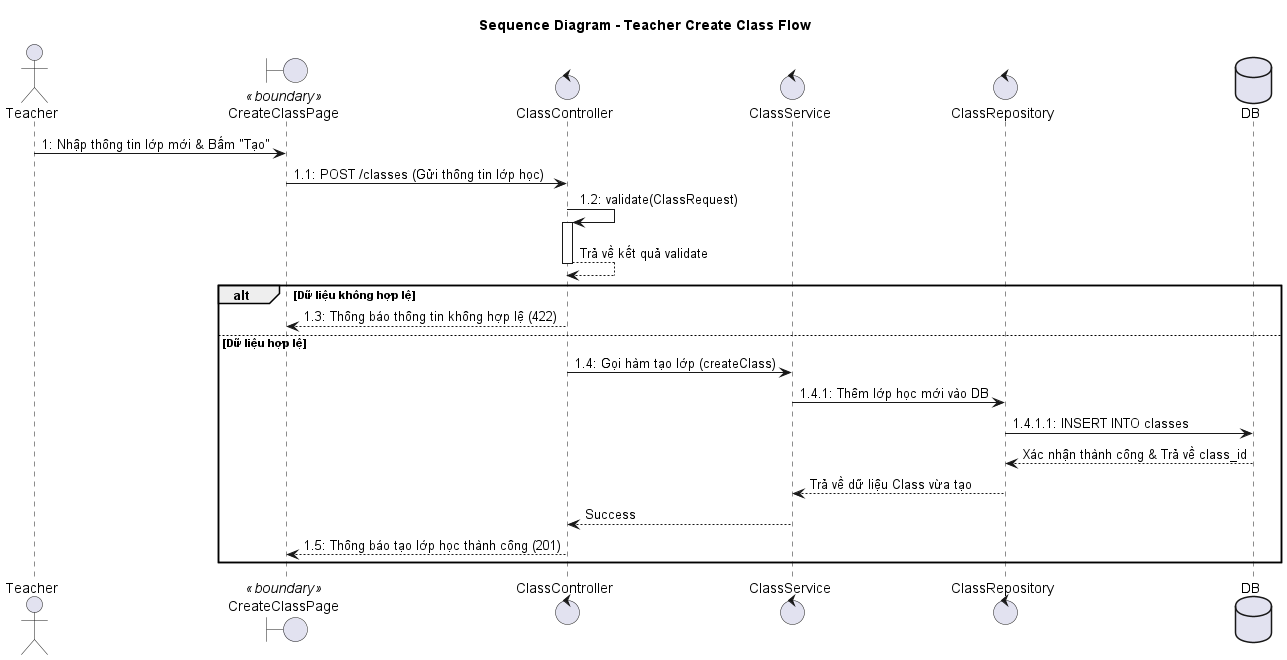
This is out/sequence/thêm lớp/create_class_sequence.png from Faythpromax/E-Learning, a PlantUML export, as it was before one commit. The source it was exported from:
```plantuml
@startuml create_class_sequence
title Sequence Diagram - Teacher Create Class Flow

actor Teacher
boundary "CreateClassPage" as UI <<boundary>>
control ClassController
control ClassService
control ClassRepository
database DB


Teacher -> UI: 1: Nhập thông tin lớp mới & Bấm "Tạo"
UI -> ClassController: 1.1: POST /classes (Gửi thông tin lớp học)

ClassController -> ClassController++: 1.2: validate(ClassRequest)
ClassController --> ClassController--: Trả về kết quả validate

alt Dữ liệu không hợp lệ
    ClassController --> UI: 1.3: Thông báo thông tin không hợp lệ (422)
else Dữ liệu hợp lệ
    ClassController -> ClassService: 1.4: Gọi hàm tạo lớp (createClass)

    ClassService -> ClassRepository: 1.4.1: Thêm lớp học mới vào DB
    ClassRepository -> DB: 1.4.1.1: INSERT INTO classes
    DB --> ClassRepository: Xác nhận thành công & Trả về class_id

    ClassRepository --> ClassService: Trả về dữ liệu Class vừa tạo
    ClassService --> ClassController: Success
    ClassController --> UI: 1.5: Thông báo tạo lớp học thành công (201)
end

@enduml
```
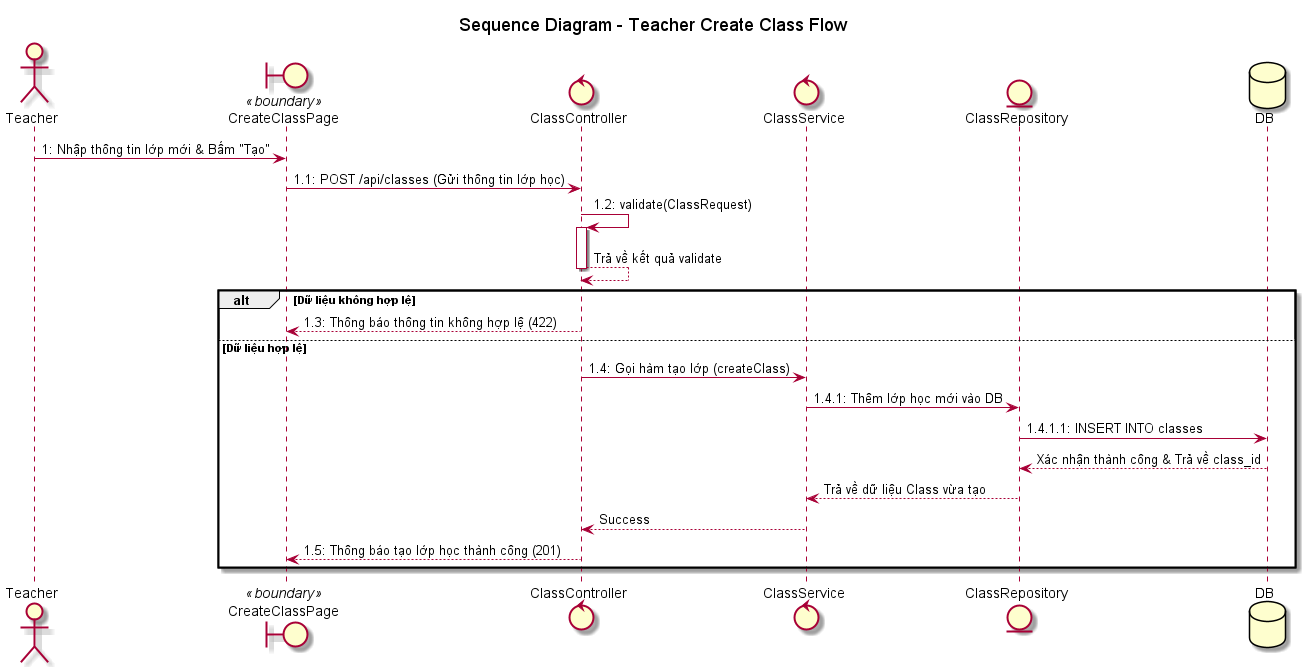
The same diagram one commit later.

What changed in the source:
```diff
@@ -5,12 +5,12 @@
 boundary "CreateClassPage" as UI <<boundary>>
 control ClassController
 control ClassService
-control ClassRepository
+entity ClassRepository
 database DB
 
 
 Teacher -> UI: 1: Nhập thông tin lớp mới & Bấm "Tạo"
-UI -> ClassController: 1.1: POST /classes (Gửi thông tin lớp học)
+UI -> ClassController: 1.1: POST /api/classes (Gửi thông tin lớp học)
 
 ClassController -> ClassController++: 1.2: validate(ClassRequest)
 ClassController --> ClassController--: Trả về kết quả validate
```
